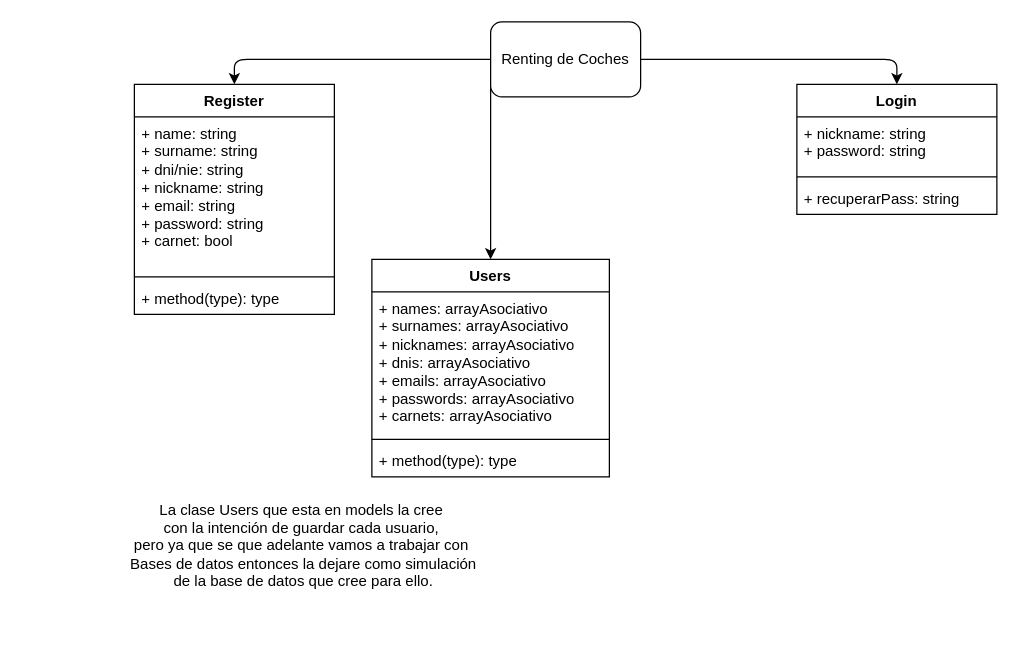
AngelSalgado555/POO_AngelS keeps this draw.io diagram as UML.drawio. Above is the earlier version. Source tidied: cells renumbered, new cells numbered last; positions are measured from the earlier drawing's top-left corner, leaving out a move shared by most shapes. Both pictures are drawn from the tidied source at 125%, with x=0, y=0 at pixel (115, 21).
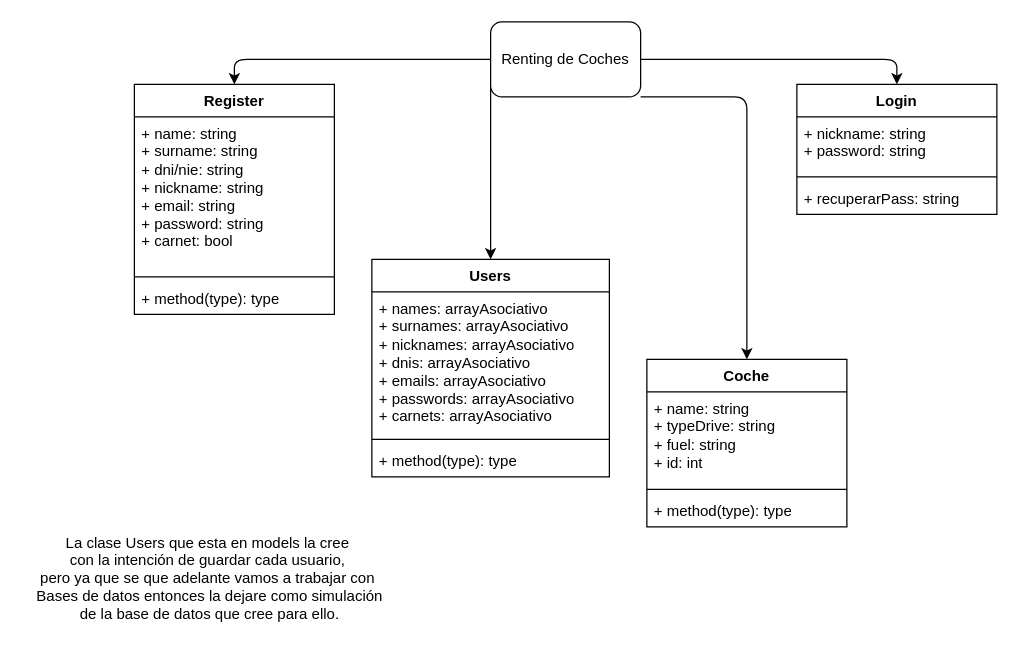
Above is the later version.

The change refers to these unchanged cells:
```xml
<mxCell id="5" value="Renting de Coches" style="rounded=1;whiteSpace=wrap;html=1;" parent="1" vertex="1">
  <mxGeometry x="300" width="120" height="60" as="geometry" />
</mxCell>
```

Change to the diagram source:
```diff
@@
+    <mxCell id="19" style="edgeStyle=none;html=1;exitX=1;exitY=1;exitDx=0;exitDy=0;entryX=0.5;entryY=0;entryDx=0;entryDy=0;" parent="1" edge="1" source="5" target="20">
+      <mxGeometry relative="1" as="geometry">
+        <Array as="points">
+          <mxPoint x="505" y="60" />
+        </Array>
+      </mxGeometry>
+    </mxCell>
@@
     <mxCell id="14" value="La clase Users que esta en models la cree&amp;nbsp;&lt;div&gt;con la intención de guardar cada usuario,&amp;nbsp;&lt;/div&gt;&lt;div&gt;pero ya que se que adelante vamos a trabajar con&amp;nbsp;&lt;/div&gt;&lt;div&gt;Bases de datos entonces la dejare como simulación&lt;/div&gt;&lt;div&gt;de la base de datos que cree para ello.&lt;/div&gt;" style="text;html=1;align=center;verticalAlign=middle;strokeColor=none;fillColor=none;" parent="1" vertex="1">
-      <mxGeometry y="374" width="300" height="90" as="geometry" />
+      <mxGeometry x="-75" y="400" width="300" height="90" as="geometry" />
     </mxCell>
@@
+    <mxCell id="20" value="Coche" style="swimlane;fontStyle=1;align=center;verticalAlign=top;horizontal=1;startSize=26;whiteSpace=wrap;html=1;" parent="1" vertex="1">
+      <mxGeometry x="425" y="270" width="160" height="134" as="geometry" />
+    </mxCell>
+    <mxCell id="21" value="+ name: string&amp;nbsp;&lt;div&gt;+ typeDrive: string&lt;/div&gt;&lt;div&gt;+ fuel: string&lt;/div&gt;&lt;div&gt;+ id: int&lt;/div&gt;&lt;div&gt;&lt;br&gt;&lt;/div&gt;" style="text;strokeColor=none;fillColor=none;align=left;verticalAlign=top;spacingLeft=4;spacingRight=4;overflow=hidden;whiteSpace=wrap;html=1;" parent="20" vertex="1">
+      <mxGeometry y="26" width="160" height="74" as="geometry" />
+    </mxCell>
+    <mxCell id="22" style="line;strokeWidth=1;fillColor=none;align=left;verticalAlign=middle;spacingTop=-1;spacingLeft=3;spacingRight=3;labelPosition=right;strokeColor=inherit;" parent="20" vertex="1">
+      <mxGeometry y="100" width="160" height="8" as="geometry" />
+    </mxCell>
+    <mxCell id="23" value="+ method(type): type" style="text;strokeColor=none;fillColor=none;align=left;verticalAlign=top;spacingLeft=4;spacingRight=4;overflow=hidden;whiteSpace=wrap;html=1;" parent="20" vertex="1">
+      <mxGeometry y="108" width="160" height="26" as="geometry" />
+    </mxCell>
```
